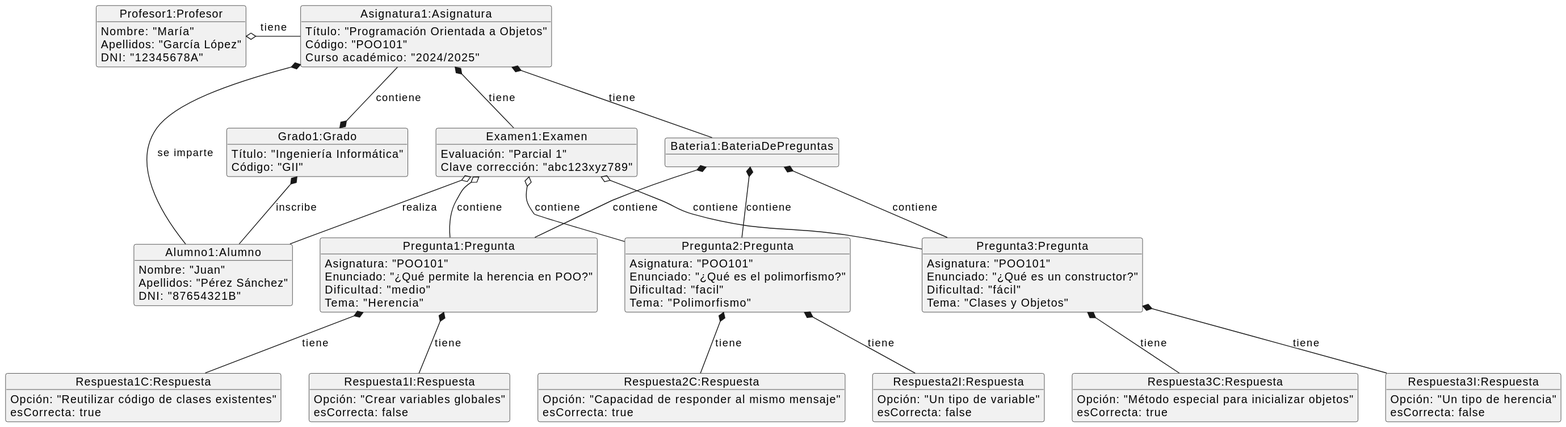
Above: documents/modelos/diagramas/diagramaObjetos/diagramaObjetos.svg in martinlopez7/25-26-IdSw1-SdR (PlantUML), before the change.
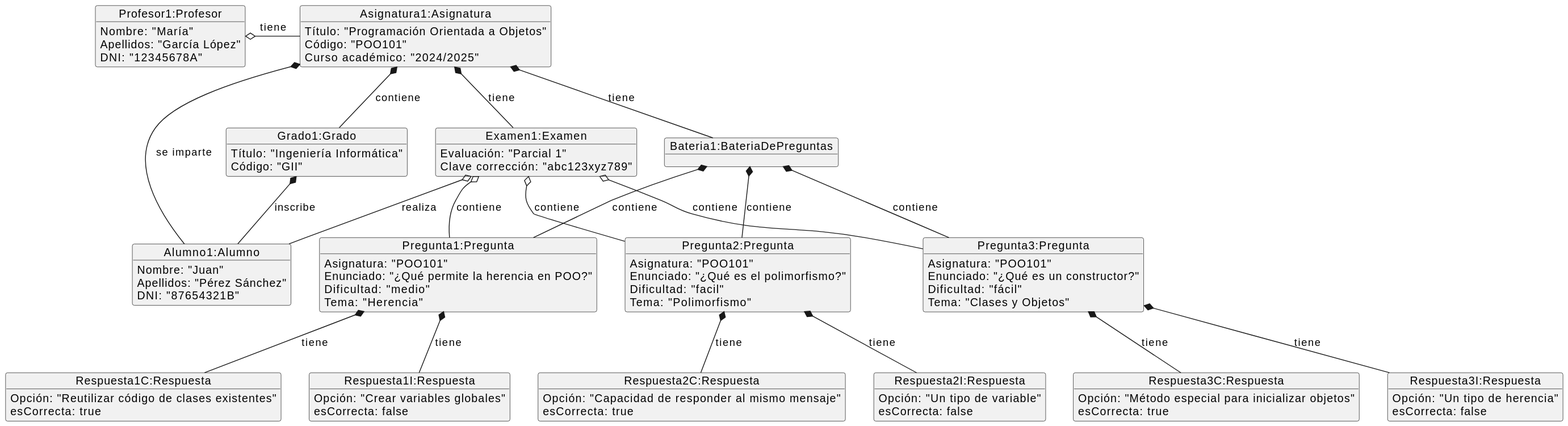
The same diagram one commit later.

The edit, as a diff of the source:
```diff
@@ -79,7 +79,7 @@
 }
 
 asig1 *-- exam1 : tiene
-asig1 --* grado1 : contiene
+asig1 *-- grado1 : contiene
 asig1 *-- bateria1 : tiene
 asig1 *-- alum1 : se imparte
 
```
